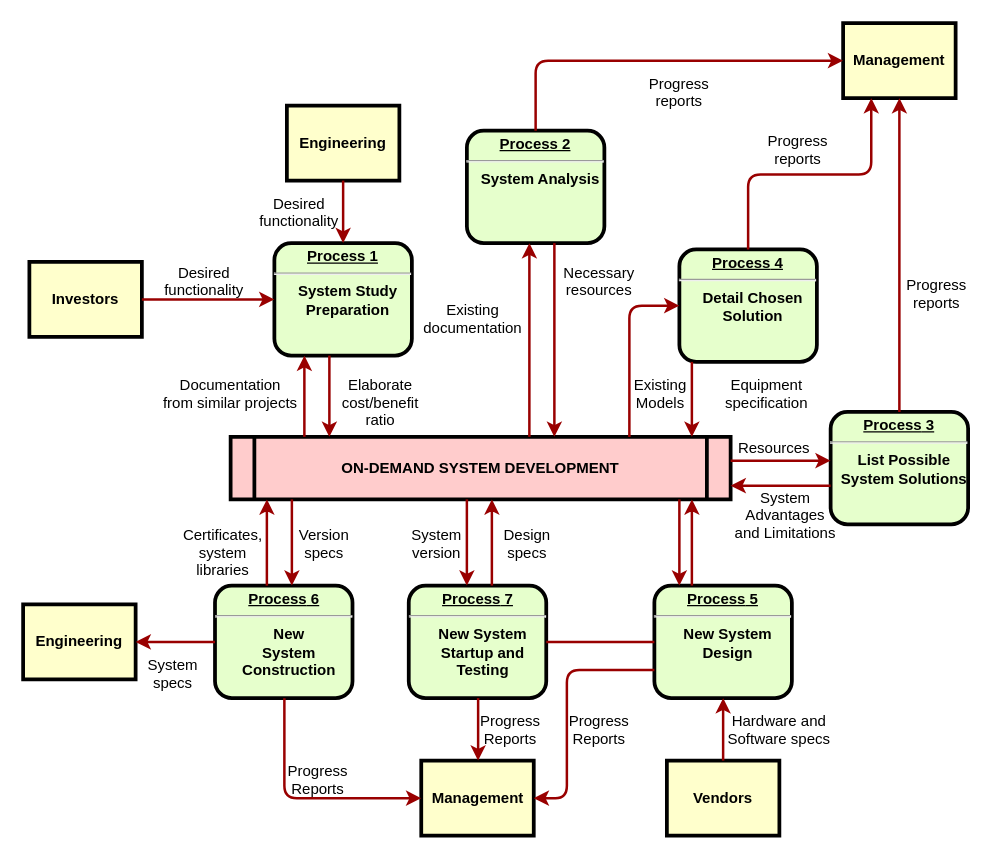
The draw.io diagram RtFramework2.drawio in shadow-lr/draw-xml-repos, before the edit. Source tidied: cells renumbered, new cells numbered last; positions are measured from the earlier drawing's top-left corner, leaving out a move shared by most shapes. Both pictures are drawn from the tidied source at 125%, with x=0, y=0 at pixel (22, 22).
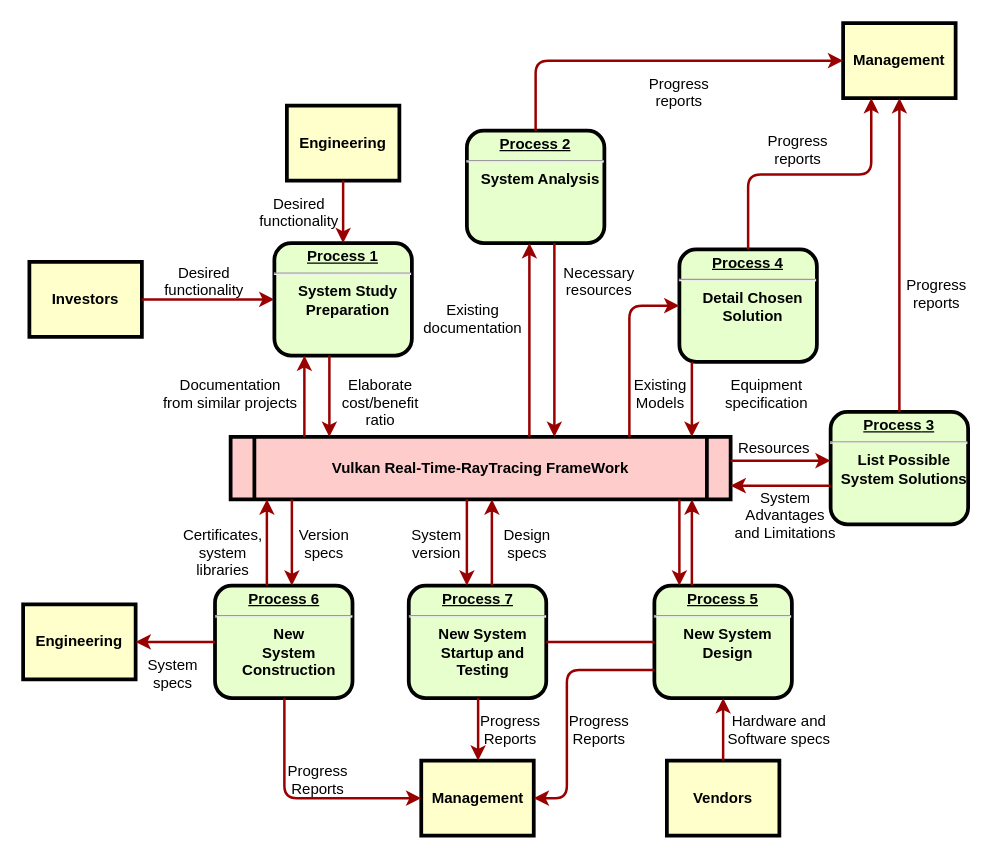
The same diagram, later.

Diff of the diagram source:
```diff
@@
-    <mxCell id="5" value="ON-DEMAND SYSTEM DEVELOPMENT" style="shape=process;whiteSpace=wrap;align=center;verticalAlign=middle;size=0.0475;fontStyle=1;strokeWidth=3;fillColor=#FFCCCC;" parent="1" vertex="1">
+    <mxCell id="5" value="Vulkan Real-Time-RayTracing FrameWork" style="shape=process;whiteSpace=wrap;align=center;verticalAlign=middle;size=0.0475;fontStyle=1;strokeWidth=3;fillColor=#FFCCCC;" parent="1" vertex="1">
       <mxGeometry x="166" y="331" width="400" height="50" as="geometry" />
     </mxCell>
```
